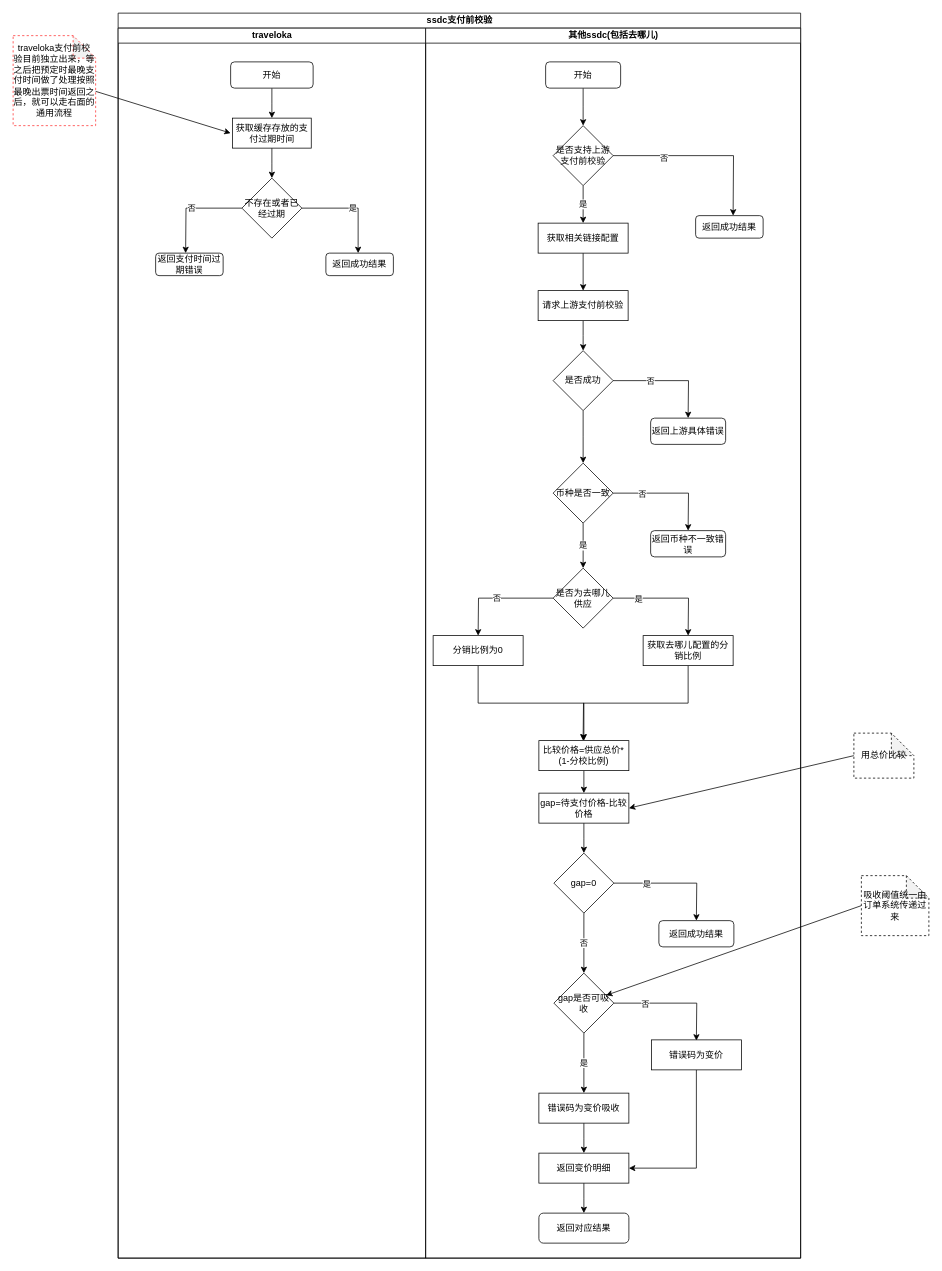
Before: page "ssdc支付前校验" (4 of 8) of pkfare/paycheck-refactor/新支付前校验流程.drawio in zhangweixin/design-diagram, a draw.io diagram. Source tidied: cells renumbered, new cells numbered last; positions are measured from the earlier drawing's top-left corner, leaving out a move shared by most shapes. Both pictures are drawn from the tidied source at 75%, with x=0, y=0 at pixel (13, 13).
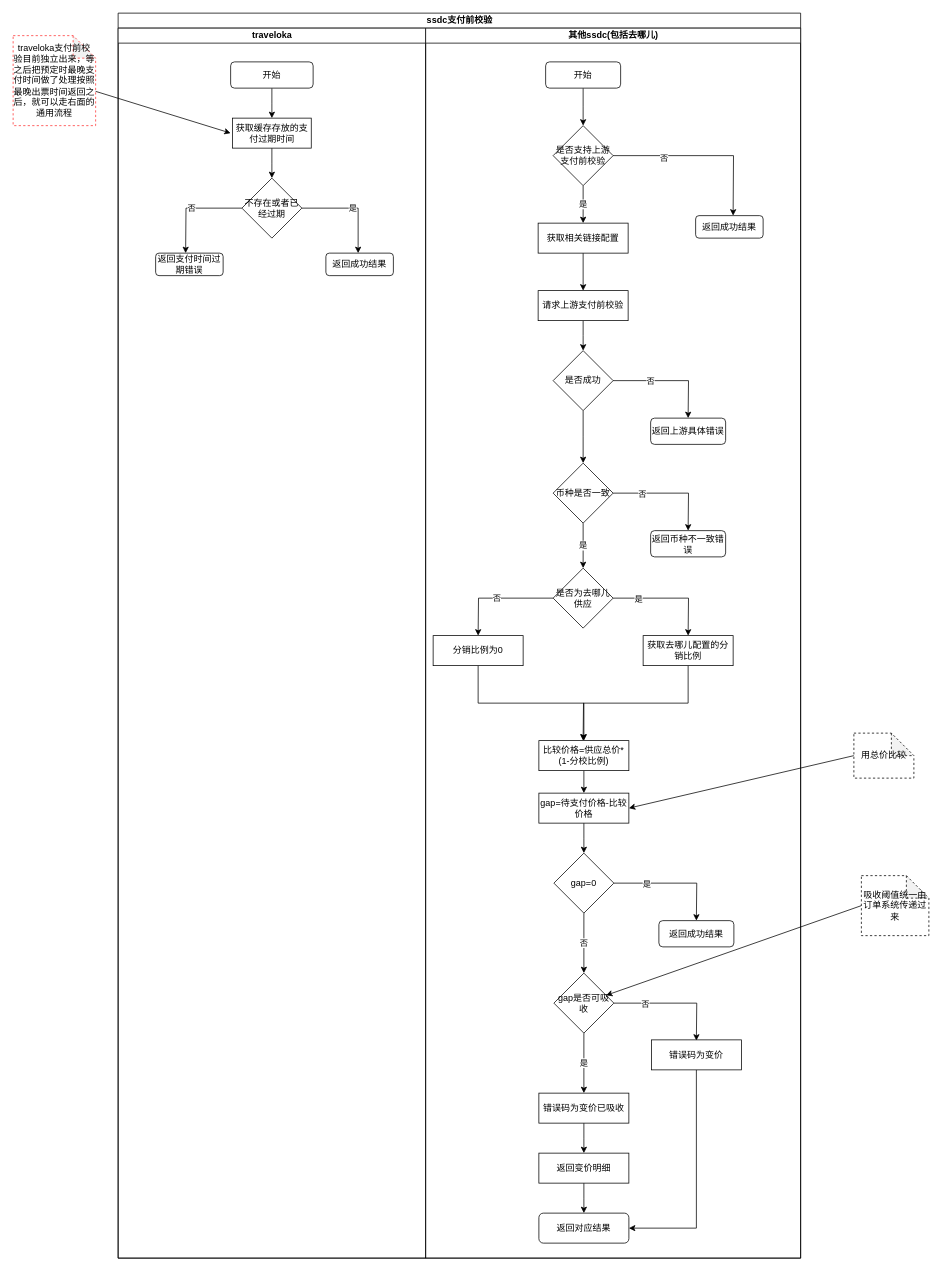
Above is the later version.

Commit message:
Update 新支付前校验流程.drawio

Unchanged cells that the change refers to:
```xml
<mxCell id="13" value="其他ssdc(包括去哪儿)" style="swimlane;startSize=20;html=1;" parent="2" vertex="1">
  <mxGeometry x="410" y="20" width="500" height="1640" as="geometry" />
</mxCell>
<mxCell id="44" value="错误码为变价" style="rounded=0;whiteSpace=wrap;html=1;" parent="13" vertex="1">
  <mxGeometry x="301" y="1349" width="120" height="40" as="geometry" />
</mxCell>
<mxCell id="46" value="返回变价明细" style="rounded=0;whiteSpace=wrap;html=1;" parent="13" vertex="1">
  <mxGeometry x="151" y="1500" width="120" height="40" as="geometry" />
</mxCell>
<mxCell id="47" value="返回对应结果" style="rounded=1;whiteSpace=wrap;html=1;" parent="13" vertex="1">
  <mxGeometry x="151" y="1580" width="120" height="40" as="geometry" />
</mxCell>
```

What changed in the source:
```diff
@@
-    <mxCell id="42" value="错误码为变价吸收" style="rounded=0;whiteSpace=wrap;html=1;" parent="13" vertex="1">
+    <mxCell id="42" value="错误码为变价已吸收" style="rounded=0;whiteSpace=wrap;html=1;" parent="13" vertex="1">
       <mxGeometry x="151" y="1420" width="120" height="40" as="geometry" />
     </mxCell>
-    <mxCell id="43" style="edgeStyle=orthogonalEdgeStyle;rounded=0;jettySize=auto;html=1;exitX=0.5;exitY=1;exitDx=0;exitDy=0;entryX=1;entryY=0.5;entryDx=0;entryDy=0;" parent="13" edge="1" source="44" target="46">
+    <mxCell id="43" style="edgeStyle=orthogonalEdgeStyle;rounded=0;jettySize=auto;html=1;exitX=0.5;exitY=1;exitDx=0;exitDy=0;entryX=1;entryY=0.5;entryDx=0;entryDy=0;" parent="13" edge="1" source="44" target="47">
       <mxGeometry relative="1" as="geometry" />
     </mxCell>
```
